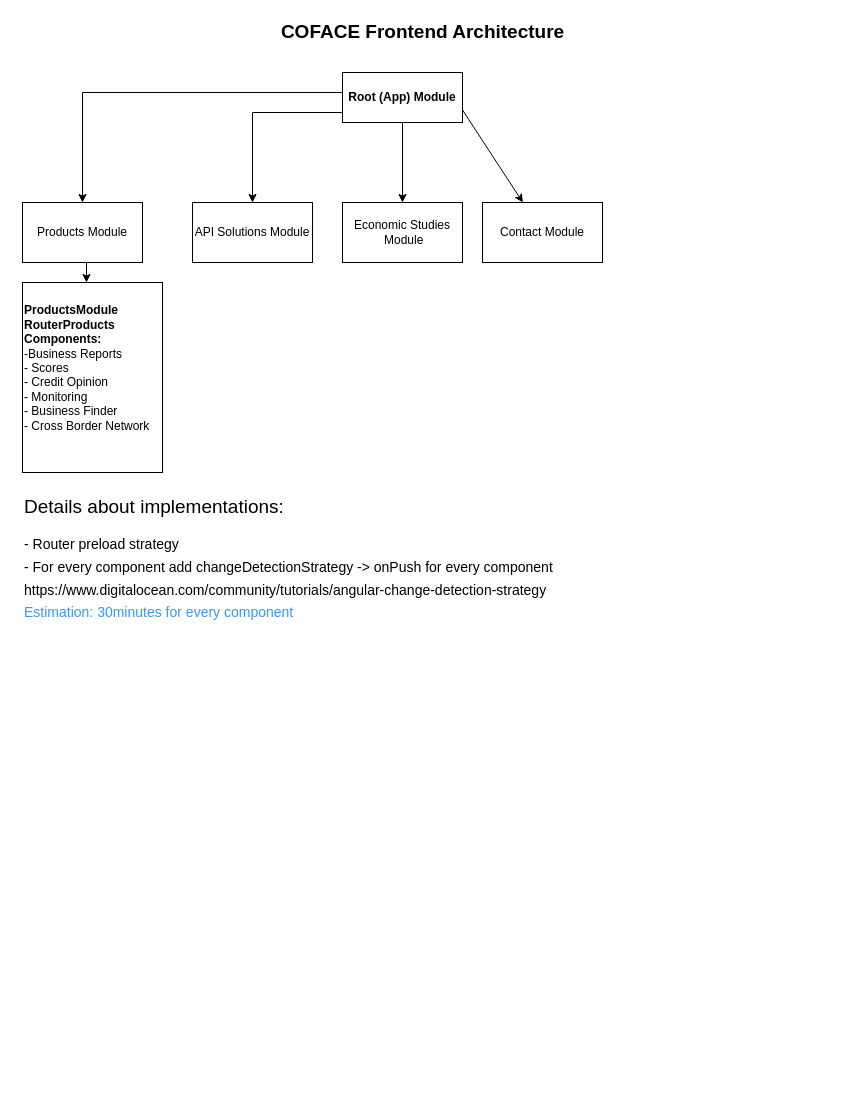
The draw.io diagram Untitled Diagram.drawio in valikonen/coface, before the edit. Source tidied: cells renumbered, new cells numbered last; positions are measured from the earlier drawing's top-left corner, leaving out a move shared by most shapes. Both pictures are drawn from the tidied source at 100%, with x=0, y=0 at pixel (22, 17).
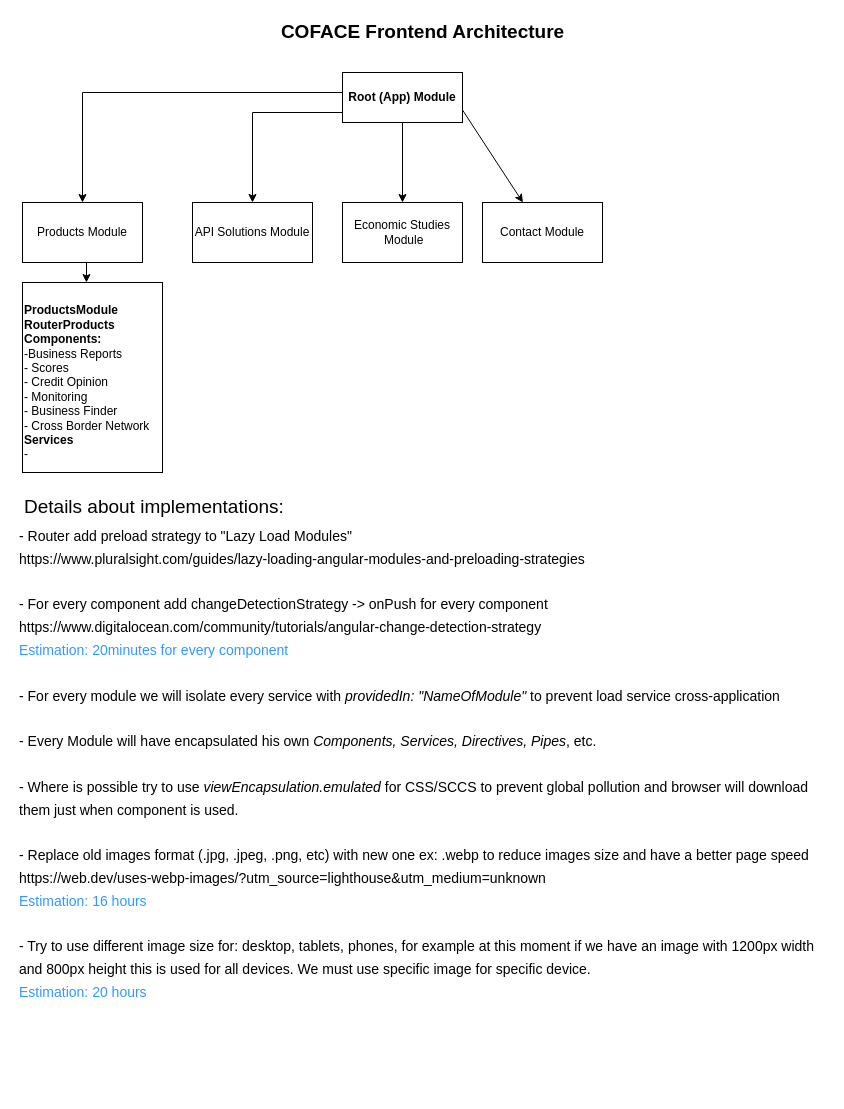
The same diagram, later.

The edit, as a diff of the source:
```diff
@@
 <mxGraphModel>
   <root>
     <mxCell id="0" />
     <mxCell id="1" parent="0" />
     <mxCell id="2" style="edgeStyle=orthogonalEdgeStyle;rounded=0;jettySize=auto;html=1;exitX=0;exitY=1;exitDx=0;exitDy=0;" parent="1" edge="1" source="4" target="6">
       <mxGeometry relative="1" as="geometry">
         <Array as="points">
           <mxPoint x="320" y="75" />
           <mxPoint x="60" y="75" />
         </Array>
       </mxGeometry>
     </mxCell>
     <mxCell id="3" style="edgeStyle=orthogonalEdgeStyle;rounded=0;jettySize=auto;html=1;exitX=0.5;exitY=1;exitDx=0;exitDy=0;" parent="1" edge="1" source="4" target="8">
       <mxGeometry relative="1" as="geometry">
         <Array as="points">
           <mxPoint x="380" y="95" />
           <mxPoint x="230" y="95" />
         </Array>
       </mxGeometry>
     </mxCell>
     <mxCell id="4" value="Root (App) Module" style="rounded=0;whiteSpace=wrap;html=1;fontStyle=1;" parent="1" vertex="1">
       <mxGeometry x="320" y="55" width="120" height="50" as="geometry" />
     </mxCell>
     <mxCell id="5" style="edgeStyle=orthogonalEdgeStyle;rounded=0;jettySize=auto;html=1;exitX=0.5;exitY=1;exitDx=0;exitDy=0;entryX=0.457;entryY=0;entryDx=0;entryDy=0;entryPerimeter=0;" parent="1" edge="1" source="6" target="7">
       <mxGeometry relative="1" as="geometry" />
     </mxCell>
     <mxCell id="6" value="Products Module&lt;br&gt;" style="rounded=0;whiteSpace=wrap;html=1;" parent="1" vertex="1">
       <mxGeometry y="185" width="120" height="60" as="geometry" />
     </mxCell>
-    <mxCell id="7" value="&lt;b&gt;&lt;br&gt;ProductsModule&lt;br&gt;RouterProducts&lt;br&gt;Components:&lt;/b&gt;&lt;br&gt;-Business Reports&lt;br&gt;- Scores&lt;br&gt;- Credit Opinion&lt;br&gt;- Monitoring&lt;br&gt;- Business Finder&lt;br&gt;- Cross Border Network" style="rounded=0;whiteSpace=wrap;html=1;align=left;verticalAlign=top;" parent="1" vertex="1">
+    <mxCell id="7" value="&lt;b&gt;&lt;br&gt;ProductsModule&lt;br&gt;RouterProducts&lt;br&gt;Components:&lt;/b&gt;&lt;br&gt;-Business Reports&lt;br&gt;- Scores&lt;br&gt;- Credit Opinion&lt;br&gt;- Monitoring&lt;br&gt;- Business Finder&lt;br&gt;- Cross Border Network&lt;br&gt;&lt;b&gt;Services&lt;br&gt;&lt;/b&gt;-" style="rounded=0;whiteSpace=wrap;html=1;align=left;verticalAlign=top;" parent="1" vertex="1">
       <mxGeometry y="265" width="140" height="190" as="geometry" />
     </mxCell>
     <mxCell id="8" value="API Solutions Module" style="rounded=0;whiteSpace=wrap;html=1;" parent="1" vertex="1">
       <mxGeometry x="170" y="185" width="120" height="60" as="geometry" />
     </mxCell>
     <mxCell id="9" style="endArrow=classic;html=1;exitX=0.5;exitY=1;exitDx=0;exitDy=0;" parent="1" edge="1" source="4">
       <mxGeometry relative="1" as="geometry">
         <mxPoint x="380" y="185" as="targetPoint" />
       </mxGeometry>
     </mxCell>
     <mxCell id="10" value="Economic Studies&lt;br&gt;&amp;nbsp;Module" style="rounded=0;whiteSpace=wrap;html=1;" parent="1" vertex="1">
       <mxGeometry x="320" y="185" width="120" height="60" as="geometry" />
     </mxCell>
     <mxCell id="11" style="endArrow=classic;html=1;exitX=1;exitY=0.75;exitDx=0;exitDy=0;" parent="1" edge="1" source="4" target="12">
       <mxGeometry relative="1" as="geometry" />
     </mxCell>
     <mxCell id="12" value="Contact Module" style="rounded=0;whiteSpace=wrap;html=1;" parent="1" vertex="1">
       <mxGeometry x="460" y="185" width="120" height="60" as="geometry" />
     </mxCell>
     <mxCell id="13" value="COFACE Frontend Architecture" style="text;html=1;align=center;verticalAlign=middle;fontSize=19;fontStyle=1;" parent="1" vertex="1">
       <mxGeometry x="250" width="300" height="30" as="geometry" />
     </mxCell>
     <mxCell id="14" value="Details about implementations:" style="text;html=1;align=left;verticalAlign=middle;fontSize=19;" parent="1" vertex="1">
       <mxGeometry y="475" width="280" height="30" as="geometry" />
     </mxCell>
-    <mxCell id="15" value="&lt;font style=&quot;font-size: 14px&quot;&gt;- Router preload strategy&lt;br&gt;- For every component add changeDetectionStrategy -&amp;gt; onPush for every component&amp;nbsp;&lt;br&gt;https://www.digitalocean.com/community/tutorials/angular-change-detection-strategy&lt;br&gt;&lt;font color=&quot;#3399ff&quot;&gt;Estimation: 30minutes for every component&amp;nbsp;&lt;/font&gt;&lt;br&gt;&lt;/font&gt;" style="text;html=1;align=left;verticalAlign=middle;fontSize=19;" parent="1" vertex="1">
-      <mxGeometry y="505" width="550" height="110" as="geometry" />
+    <mxCell id="15" value="&lt;font&gt;&lt;span style=&quot;font-size: 14px&quot;&gt;- Router add preload strategy to &quot;Lazy Load Modules&quot;&lt;/span&gt;&lt;br&gt;&lt;span style=&quot;font-size: 14px&quot;&gt;https://www.pluralsight.com/guides/lazy-loading-angular-modules-and-preloading-strategies&lt;/span&gt;&lt;br&gt;&lt;br&gt;&lt;span style=&quot;font-size: 14px&quot;&gt;- For every component add changeDetectionStrategy -&amp;gt; onPush for every component&amp;nbsp;&lt;/span&gt;&lt;br&gt;&lt;span style=&quot;font-size: 14px&quot;&gt;https://www.digitalocean.com/community/tutorials/angular-change-detection-strategy&lt;/span&gt;&lt;br&gt;&lt;font color=&quot;#3399ff&quot; style=&quot;font-size: 14px&quot;&gt;Estimation: 20minutes for every component&amp;nbsp;&lt;br&gt;&lt;br&gt;&lt;/font&gt;&lt;span style=&quot;font-size: 14px&quot;&gt;- For every module we will isolate every service with &lt;/span&gt;&lt;i style=&quot;font-size: 14px&quot;&gt;providedIn: &quot;NameOfModule&quot;&lt;/i&gt;&lt;span style=&quot;font-size: 14px&quot;&gt; to prevent load service cross-application&lt;/span&gt;&lt;br&gt;&lt;br&gt;&lt;span style=&quot;font-size: 14px&quot;&gt;- Every Module will have encapsulated his own&lt;/span&gt;&lt;i style=&quot;font-size: 14px&quot;&gt; Components, Services, Directives, Pipes&lt;/i&gt;&lt;span style=&quot;font-size: 14px&quot;&gt;, etc.&lt;/span&gt;&lt;br&gt;&lt;br&gt;&lt;span style=&quot;font-size: 14px&quot;&gt;- Where is possible try to use &lt;/span&gt;&lt;i style=&quot;font-size: 14px&quot;&gt;viewEncapsulation.emulated&lt;/i&gt;&lt;span style=&quot;font-size: 14px&quot;&gt; for CSS/SCCS to prevent global pollution and browser will download &lt;/span&gt;&lt;br&gt;&lt;span style=&quot;font-size: 14px&quot;&gt;them just when component is used.&lt;/span&gt;&lt;br&gt;&lt;br&gt;&lt;span style=&quot;font-size: 14px&quot;&gt;- Replace old images format (.jpg, .jpeg, .png, etc) with new one ex: .webp to reduce images size and have a better page speed&lt;/span&gt;&lt;br&gt;&lt;span style=&quot;font-size: 14px&quot;&gt;https://web.dev/uses-webp-images/?utm_source=lighthouse&amp;amp;utm_medium=unknown&amp;nbsp;&lt;/span&gt;&lt;br&gt;&lt;span style=&quot;font-size: 14px ; color: rgb(51 , 153 , 255)&quot;&gt;Estimation: 16 hours&lt;br&gt;&lt;br&gt;&lt;/span&gt;&lt;span style=&quot;font-size: 14px&quot;&gt;- Try to use different image size for: desktop, tablets, phones, for example at this moment if we have an image with 1200px width &lt;/span&gt;&lt;br&gt;&lt;span style=&quot;font-size: 14px&quot;&gt;and 800px height this is used for all devices. We must use specific image for specific device.&lt;/span&gt;&lt;br&gt;&lt;span style=&quot;font-size: 14px ; color: rgb(51 , 153 , 255)&quot;&gt;Estimation: 20 hours&lt;br&gt;&lt;/span&gt;&lt;br&gt;&lt;br&gt;&lt;br&gt;&lt;/font&gt;" style="text;html=1;align=left;verticalAlign=middle;fontSize=19;" parent="1" vertex="1">
+      <mxGeometry x="-5" y="485" width="810" height="590" as="geometry" />
     </mxCell>
   </root>
 </mxGraphModel>
```
